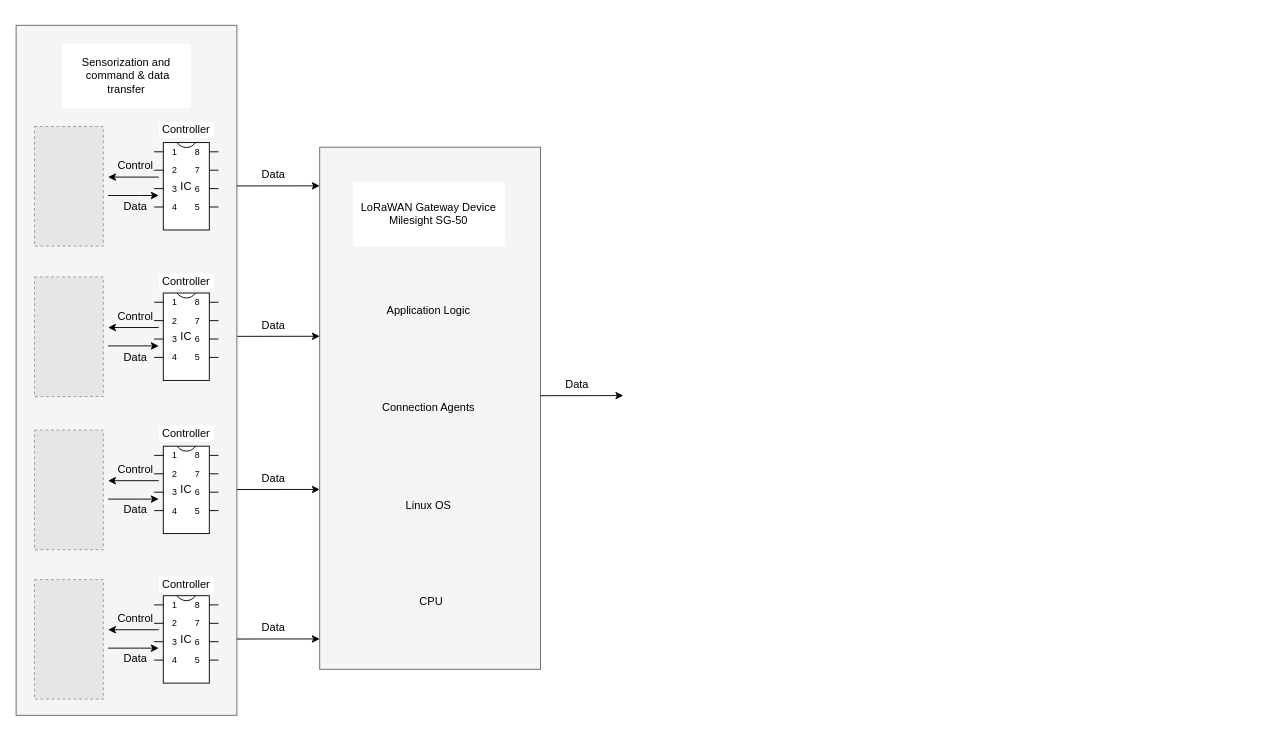
The draw.io diagram Trabajo Comunicación Industrial.drawio in lucasmarti11/TFG_Arduino, before the edit. Source tidied: cells renumbered, new cells numbered last; positions are measured from the earlier drawing's top-left corner, leaving out a move shared by most shapes. Both pictures are drawn from the tidied source at 92%, with x=0, y=0 at pixel (16, 25). Pictures stored in the file or linked from it are replaced by grey dashed boxes.
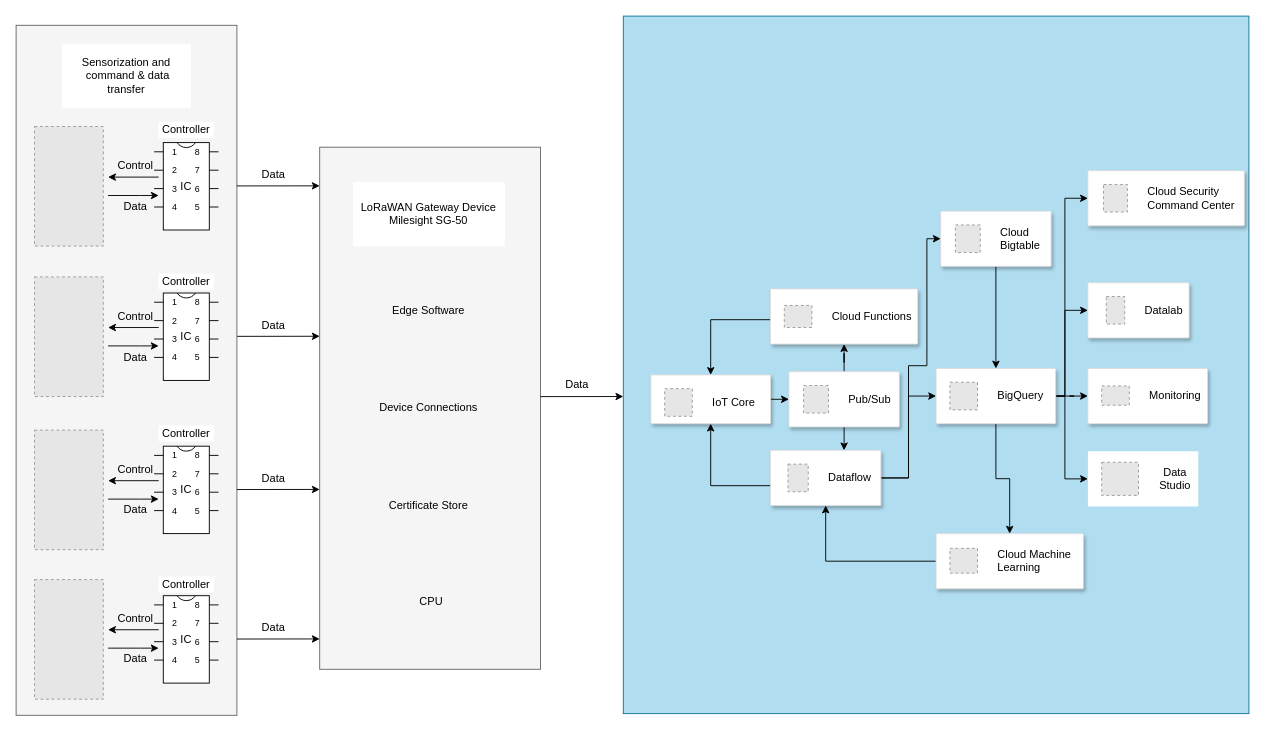
After the change.

What changed in the source:
```diff
@@
-    <mxCell id="38" value="Application Logic" style="text;html=1;align=center;verticalAlign=middle;whiteSpace=wrap;rounded=0;fillColor=none;" parent="1" vertex="1">
+    <mxCell id="38" value="Edge Software" style="text;html=1;align=center;verticalAlign=middle;whiteSpace=wrap;rounded=0;fillColor=none;" parent="1" vertex="1">
       <mxGeometry x="366.2" y="274.8" width="165" height="70" as="geometry" />
     </mxCell>
-    <mxCell id="39" value="Connection Agents" style="text;html=1;align=center;verticalAlign=middle;whiteSpace=wrap;rounded=0;fillColor=none;" parent="1" vertex="1">
+    <mxCell id="39" value="Device Connections" style="text;html=1;align=center;verticalAlign=middle;whiteSpace=wrap;rounded=0;fillColor=none;" parent="1" vertex="1">
       <mxGeometry x="366.2" y="380.8" width="165" height="70" as="geometry" />
     </mxCell>
-    <mxCell id="40" value="Linux OS" style="text;html=1;align=center;verticalAlign=middle;whiteSpace=wrap;rounded=0;fillColor=none;" parent="1" vertex="1">
+    <mxCell id="40" value="Certificate Store" style="text;html=1;align=center;verticalAlign=middle;whiteSpace=wrap;rounded=0;fillColor=none;" parent="1" vertex="1">
       <mxGeometry x="366.2" y="487.2" width="165" height="70" as="geometry" />
     </mxCell>
@@
     <mxCell id="46" style="endArrow=classic;html=1;rounded=0;exitX=0.994;exitY=0.694;exitDx=0;exitDy=0;exitPerimeter=0;" parent="1" edge="1">
       <mxGeometry relative="1" as="geometry">
-        <mxPoint x="570" y="402.6" as="sourcePoint" />
-        <mxPoint x="660" y="402.5" as="targetPoint" />
+        <mxPoint x="570" y="403.6" as="sourcePoint" />
+        <mxPoint x="660" y="403.5" as="targetPoint" />
       </mxGeometry>
     </mxCell>
@@
+    <mxCell id="48" style="rounded=0;whiteSpace=wrap;html=1;fillColor=#b1ddf0;strokeColor=#10739e;" parent="1" vertex="1">
+      <mxGeometry x="660" y="-10" width="680" height="758.2" as="geometry" />
+    </mxCell>
+    <mxCell id="49" style="strokeColor=#dddddd;shadow=1;strokeWidth=1;rounded=1;absoluteArcSize=1;arcSize=2;" parent="1" vertex="1">
+      <mxGeometry x="1165" y="279.8" width="110" height="60" as="geometry" />
+    </mxCell>
+    <mxCell id="50" value="&lt;font color=&quot;#000000&quot;&gt;Datalab&lt;/font&gt;" style="fillColor=#E6E6E6;strokeColor=#999999;dashed=1;html=1;fontColor=#999999;verticalLabelPosition=middle;verticalAlign=middle;labelPosition=right;align=left;spacingLeft=20;" parent="49" vertex="1">
+      <mxGeometry width="20" height="30" relative="1" as="geometry">
+        <mxPoint x="20" y="15" as="offset" />
+      </mxGeometry>
+    </mxCell>
+    <mxCell id="51" style="edgeStyle=orthogonalEdgeStyle;rounded=0;jettySize=auto;html=1;entryX=0.5;entryY=1;entryDx=0;entryDy=0;exitX=-0.002;exitY=0.64;exitDx=0;exitDy=0;exitPerimeter=0;" parent="1" edge="1" source="54" target="77">
+      <mxGeometry relative="1" as="geometry" />
+    </mxCell>
+    <mxCell id="52" style="edgeStyle=orthogonalEdgeStyle;rounded=0;jettySize=auto;html=1;exitX=1;exitY=0.5;exitDx=0;exitDy=0;entryX=0;entryY=0.5;entryDx=0;entryDy=0;" parent="1" edge="1" source="54" target="71">
+      <mxGeometry relative="1" as="geometry">
+        <Array as="points">
+          <mxPoint x="970" y="492" />
+          <mxPoint x="970" y="370" />
+          <mxPoint x="990" y="370" />
+          <mxPoint x="990" y="232" />
+        </Array>
+      </mxGeometry>
+    </mxCell>
+    <mxCell id="53" style="edgeStyle=orthogonalEdgeStyle;rounded=0;jettySize=auto;html=1;entryX=0;entryY=0.5;entryDx=0;entryDy=0;" parent="1" edge="1" source="54" target="65">
+      <mxGeometry relative="1" as="geometry" />
+    </mxCell>
+    <mxCell id="54" style="strokeColor=#dddddd;shadow=1;strokeWidth=1;rounded=1;absoluteArcSize=1;arcSize=2;" parent="1" vertex="1">
+      <mxGeometry x="820" y="462" width="120" height="60" as="geometry" />
+    </mxCell>
+    <mxCell id="55" value="&lt;font color=&quot;#000000&quot;&gt;Dataflow&lt;/font&gt;" style="fillColor=#E6E6E6;strokeColor=#999999;dashed=1;html=1;fontColor=#999999;verticalLabelPosition=middle;verticalAlign=middle;labelPosition=right;align=left;spacingLeft=20;" parent="54" vertex="1">
+      <mxGeometry width="22" height="30" relative="1" as="geometry">
+        <mxPoint x="19" y="15" as="offset" />
+      </mxGeometry>
+    </mxCell>
+    <mxCell id="56" style="edgeStyle=orthogonalEdgeStyle;rounded=0;jettySize=auto;html=1;exitX=0.5;exitY=1;exitDx=0;exitDy=0;" parent="1" edge="1" source="58" target="54">
+      <mxGeometry relative="1" as="geometry">
+        <Array as="points">
+          <mxPoint x="900" y="460" />
+          <mxPoint x="900" y="460" />
+        </Array>
+      </mxGeometry>
+    </mxCell>
+    <mxCell id="57" style="edgeStyle=orthogonalEdgeStyle;rounded=0;jettySize=auto;html=1;exitX=0.5;exitY=0;exitDx=0;exitDy=0;" parent="1" edge="1" source="58" target="74">
+      <mxGeometry relative="1" as="geometry" />
+    </mxCell>
+    <mxCell id="58" style="strokeColor=#dddddd;shadow=1;strokeWidth=1;rounded=1;absoluteArcSize=1;arcSize=2;" parent="1" vertex="1">
+      <mxGeometry x="840" y="376.5" width="120" height="60" as="geometry" />
+    </mxCell>
+    <mxCell id="59" value="&lt;font color=&quot;#000000&quot;&gt;Pub/Sub&lt;/font&gt;" style="fillColor=#E6E6E6;strokeColor=#999999;dashed=1;html=1;fontColor=#999999;verticalLabelPosition=middle;verticalAlign=middle;labelPosition=right;align=left;spacingLeft=20;" parent="58" vertex="1">
+      <mxGeometry width="27" height="30" relative="1" as="geometry">
+        <mxPoint x="16" y="15" as="offset" />
+      </mxGeometry>
+    </mxCell>
+    <mxCell id="60" style="edgeStyle=orthogonalEdgeStyle;rounded=0;jettySize=auto;html=1;exitX=1;exitY=0.5;exitDx=0;exitDy=0;entryX=0;entryY=0.5;entryDx=0;entryDy=0;" parent="1" edge="1" source="65" target="49">
+      <mxGeometry relative="1" as="geometry">
+        <Array as="points">
+          <mxPoint x="1140" y="403" />
+          <mxPoint x="1140" y="310" />
+        </Array>
+      </mxGeometry>
+    </mxCell>
+    <mxCell id="61" style="edgeStyle=orthogonalEdgeStyle;rounded=0;jettySize=auto;html=1;exitX=1;exitY=0.5;exitDx=0;exitDy=0;entryX=0;entryY=0.5;entryDx=0;entryDy=0;" parent="1" edge="1" source="65" target="83">
+      <mxGeometry relative="1" as="geometry">
+        <Array as="points">
+          <mxPoint x="1140" y="403" />
+          <mxPoint x="1140" y="493" />
+        </Array>
+      </mxGeometry>
+    </mxCell>
+    <mxCell id="62" style="edgeStyle=orthogonalEdgeStyle;rounded=0;jettySize=auto;html=1;entryX=0;entryY=0.5;entryDx=0;entryDy=0;" parent="1" edge="1" source="65" target="79">
+      <mxGeometry relative="1" as="geometry" />
+    </mxCell>
+    <mxCell id="63" style="edgeStyle=orthogonalEdgeStyle;rounded=0;jettySize=auto;html=1;exitX=0.5;exitY=1;exitDx=0;exitDy=0;" parent="1" edge="1" source="65" target="68">
+      <mxGeometry relative="1" as="geometry" />
+    </mxCell>
+    <mxCell id="64" style="edgeStyle=orthogonalEdgeStyle;rounded=0;jettySize=auto;html=1;entryX=0;entryY=0.5;entryDx=0;entryDy=0;" parent="1" edge="1" source="65" target="81">
+      <mxGeometry relative="1" as="geometry">
+        <Array as="points">
+          <mxPoint x="1140" y="403" />
+          <mxPoint x="1140" y="188" />
+        </Array>
+      </mxGeometry>
+    </mxCell>
+    <mxCell id="65" style="strokeColor=#dddddd;shadow=1;strokeWidth=1;rounded=1;absoluteArcSize=1;arcSize=2;" parent="1" vertex="1">
+      <mxGeometry x="1000" y="373" width="130" height="60" as="geometry" />
+    </mxCell>
+    <mxCell id="66" value="&lt;font color=&quot;#000000&quot;&gt;BigQuery&lt;/font&gt;" style="fillColor=#E6E6E6;strokeColor=#999999;dashed=1;html=1;fontColor=#999999;verticalLabelPosition=middle;verticalAlign=middle;labelPosition=right;align=left;spacingLeft=20;" parent="65" vertex="1">
+      <mxGeometry width="30" height="30" relative="1" as="geometry">
+        <mxPoint x="15" y="15" as="offset" />
+      </mxGeometry>
+    </mxCell>
+    <mxCell id="67" style="edgeStyle=orthogonalEdgeStyle;rounded=0;jettySize=auto;html=1;exitX=0;exitY=0.5;exitDx=0;exitDy=0;entryX=0.5;entryY=1;entryDx=0;entryDy=0;" parent="1" edge="1" source="68" target="54">
+      <mxGeometry relative="1" as="geometry" />
+    </mxCell>
+    <mxCell id="68" style="strokeColor=#dddddd;shadow=1;strokeWidth=1;rounded=1;absoluteArcSize=1;arcSize=2;" parent="1" vertex="1">
+      <mxGeometry x="1000" y="552.5" width="160" height="60" as="geometry" />
+    </mxCell>
+    <mxCell id="69" value="&lt;font color=&quot;#000000&quot;&gt;Cloud Machine&lt;br&gt;Learning&lt;/font&gt;" style="fillColor=#E6E6E6;strokeColor=#999999;dashed=1;html=1;fontColor=#999999;verticalLabelPosition=middle;verticalAlign=middle;labelPosition=right;align=left;spacingLeft=20;" parent="68" vertex="1">
+      <mxGeometry width="30" height="27" relative="1" as="geometry">
+        <mxPoint x="15" y="16" as="offset" />
+      </mxGeometry>
+    </mxCell>
+    <mxCell id="70" style="edgeStyle=orthogonalEdgeStyle;rounded=0;jettySize=auto;html=1;exitX=0.5;exitY=1;exitDx=0;exitDy=0;" parent="1" edge="1" source="71" target="65">
+      <mxGeometry relative="1" as="geometry" />
+    </mxCell>
+    <mxCell id="71" style="strokeColor=#dddddd;shadow=1;strokeWidth=1;rounded=1;absoluteArcSize=1;arcSize=2;" parent="1" vertex="1">
+      <mxGeometry x="1005" y="202" width="120" height="60" as="geometry" />
+    </mxCell>
+    <mxCell id="72" value="&lt;font color=&quot;#000000&quot;&gt;Cloud&lt;br&gt;Bigtable&lt;/font&gt;" style="fillColor=#E6E6E6;strokeColor=#999999;dashed=1;html=1;fontColor=#999999;verticalLabelPosition=middle;verticalAlign=middle;labelPosition=right;align=left;spacingLeft=20;" parent="71" vertex="1">
+      <mxGeometry width="27" height="30" relative="1" as="geometry">
+        <mxPoint x="16" y="15" as="offset" />
+      </mxGeometry>
+    </mxCell>
+    <mxCell id="73" style="edgeStyle=orthogonalEdgeStyle;rounded=0;jettySize=auto;html=1;entryX=0.5;entryY=0;entryDx=0;entryDy=0;" parent="1" edge="1" source="74" target="77">
+      <mxGeometry relative="1" as="geometry">
+        <Array as="points">
+          <mxPoint x="755" y="320" />
+        </Array>
+      </mxGeometry>
+    </mxCell>
+    <mxCell id="74" style="strokeColor=#dddddd;shadow=1;strokeWidth=1;rounded=1;absoluteArcSize=1;arcSize=2;" parent="1" vertex="1">
+      <mxGeometry x="820" y="286.5" width="160" height="60" as="geometry" />
+    </mxCell>
+    <mxCell id="75" value="&lt;font color=&quot;#000000&quot;&gt;Cloud Functions&lt;/font&gt;" style="fillColor=#E6E6E6;strokeColor=#999999;dashed=1;html=1;fontColor=#999999;verticalLabelPosition=middle;verticalAlign=middle;labelPosition=right;align=left;spacingLeft=20;" parent="74" vertex="1">
+      <mxGeometry width="30" height="24" relative="1" as="geometry">
+        <mxPoint x="15" y="18" as="offset" />
+      </mxGeometry>
+    </mxCell>
+    <mxCell id="76" style="edgeStyle=orthogonalEdgeStyle;rounded=0;jettySize=auto;html=1;exitX=1;exitY=0.5;exitDx=0;exitDy=0;entryX=0;entryY=0.5;entryDx=0;entryDy=0;" parent="1" edge="1" source="77" target="58">
+      <mxGeometry relative="1" as="geometry" />
+    </mxCell>
+    <mxCell id="77" style="strokeColor=#dddddd;shadow=1;strokeWidth=1;rounded=1;absoluteArcSize=1;arcSize=2;" parent="1" vertex="1">
+      <mxGeometry x="690" y="380" width="130" height="53" as="geometry" />
+    </mxCell>
+    <mxCell id="78" value="&lt;font color=&quot;#000000&quot;&gt;IoT Core&lt;/font&gt;" style="fillColor=#E6E6E6;strokeColor=#999999;dashed=1;html=1;fontColor=#999999;verticalLabelPosition=middle;verticalAlign=middle;labelPosition=right;align=left;spacingLeft=20;" parent="77" vertex="1">
+      <mxGeometry width="30" height="30" relative="1" as="geometry">
+        <mxPoint x="15" y="15" as="offset" />
+      </mxGeometry>
+    </mxCell>
+    <mxCell id="79" style="strokeColor=#dddddd;shadow=1;strokeWidth=1;rounded=1;absoluteArcSize=1;arcSize=2;" parent="1" vertex="1">
+      <mxGeometry x="1165" y="373" width="130" height="60" as="geometry" />
+    </mxCell>
+    <mxCell id="80" value="&lt;font color=&quot;#000000&quot;&gt;Monitoring&lt;/font&gt;" style="fillColor=#E6E6E6;strokeColor=#999999;dashed=1;html=1;fontColor=#999999;verticalLabelPosition=middle;verticalAlign=middle;labelPosition=right;align=left;spacingLeft=20;" parent="79" vertex="1">
+      <mxGeometry width="30" height="21" relative="1" as="geometry">
+        <mxPoint x="15" y="19" as="offset" />
+      </mxGeometry>
+    </mxCell>
+    <mxCell id="81" style="strokeColor=#dddddd;shadow=1;strokeWidth=1;rounded=1;absoluteArcSize=1;arcSize=2;" parent="1" vertex="1">
+      <mxGeometry x="1165" y="158" width="170" height="60" as="geometry" />
+    </mxCell>
+    <mxCell id="82" value="&lt;font color=&quot;#000000&quot;&gt;Cloud Security&lt;br&gt;Command Center&lt;/font&gt;" style="fillColor=#E6E6E6;strokeColor=#999999;dashed=1;html=1;fontColor=#999999;verticalLabelPosition=middle;verticalAlign=middle;labelPosition=right;align=left;spacingLeft=20;" parent="81" vertex="1">
+      <mxGeometry width="26" height="30" relative="1" as="geometry">
+        <mxPoint x="17" y="15" as="offset" />
+      </mxGeometry>
+    </mxCell>
+    <mxCell id="83" style="rounded=0;whiteSpace=wrap;html=1;strokeColor=none;" parent="1" vertex="1">
+      <mxGeometry x="1165" y="463" width="120" height="60" as="geometry" />
+    </mxCell>
+    <mxCell id="84" style="fillColor=#E6E6E6;strokeColor=#999999;dashed=1;html=1;verticalLabelPosition=bottom;labelBackgroundColor=#ffffff;verticalAlign=top;" parent="1" vertex="1">
+      <mxGeometry x="1180" y="475" width="40" height="36" as="geometry" />
+    </mxCell>
+    <mxCell id="85" value="Data Studio" style="text;html=1;align=center;verticalAlign=middle;whiteSpace=wrap;rounded=0;" parent="1" vertex="1">
+      <mxGeometry x="1230" y="478" width="60" height="30" as="geometry" />
+    </mxCell>
```
